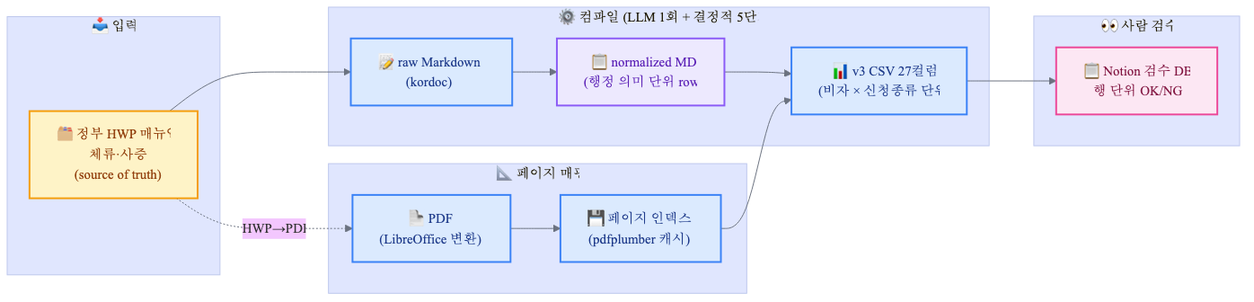
The Mermaid diagram docs/diagrams/architecture_overview.png in jhkim0602/-Vizabridge-IT-AI-, before a commit. Its source is kept beside it as docs/diagrams/architecture_overview.mmd. Its diagram source:
```mermaid
%%{init: {'theme': 'base', 'themeVariables': {'fontFamily': 'Apple SD Gothic Neo, Noto Sans KR, sans-serif', 'primaryColor': '#fef3c7', 'primaryBorderColor': '#f59e0b', 'lineColor': '#6b7280', 'fontSize': '15px'}}}%%
flowchart LR
    classDef source fill:#fef3c7,stroke:#f59e0b,stroke-width:2px,color:#92400e
    classDef llm fill:#ede9fe,stroke:#8b5cf6,stroke-width:2px,color:#5b21b6
    classDef det fill:#dbeafe,stroke:#3b82f6,stroke-width:2px,color:#1e3a8a
    classDef out fill:#d1fae5,stroke:#10b981,stroke-width:2px,color:#064e3b
    classDef rev fill:#fce7f3,stroke:#ec4899,stroke-width:2px,color:#831843

    subgraph S1["📥 입력"]
        HWP["🗂️ 정부 HWP 매뉴얼<br/>체류·사증<br/>(source of truth)"]:::source
    end

    subgraph S2["⚙️ 컴파일 (LLM 1회 + 결정적 5단계)"]
        direction TB
        MD["📝 raw Markdown<br/>(kordoc)"]:::det
        NORM["📋 normalized MD<br/>(행정 의미 단위 row)"]:::llm
        CSV["📊 v3 CSV 27컬럼<br/>(비자 × 신청종류 단위)"]:::det
        MD --> NORM --> CSV
    end

    subgraph S3["📐 페이지 매핑"]
        direction TB
        PDF["📄 PDF<br/>(LibreOffice 변환)"]:::det
        PAGES["💾 페이지 인덱스<br/>(pdfplumber 캐시)"]:::det
        PDF --> PAGES
    end

    subgraph S4["👀 사람 검수"]
        REV["📋 Notion 검수 DB<br/>행 단위 OK/NG"]:::rev
    end

    HWP --> MD
    HWP -.HWP→PDF.-> PDF
    PAGES --> CSV
    CSV --> REV
```
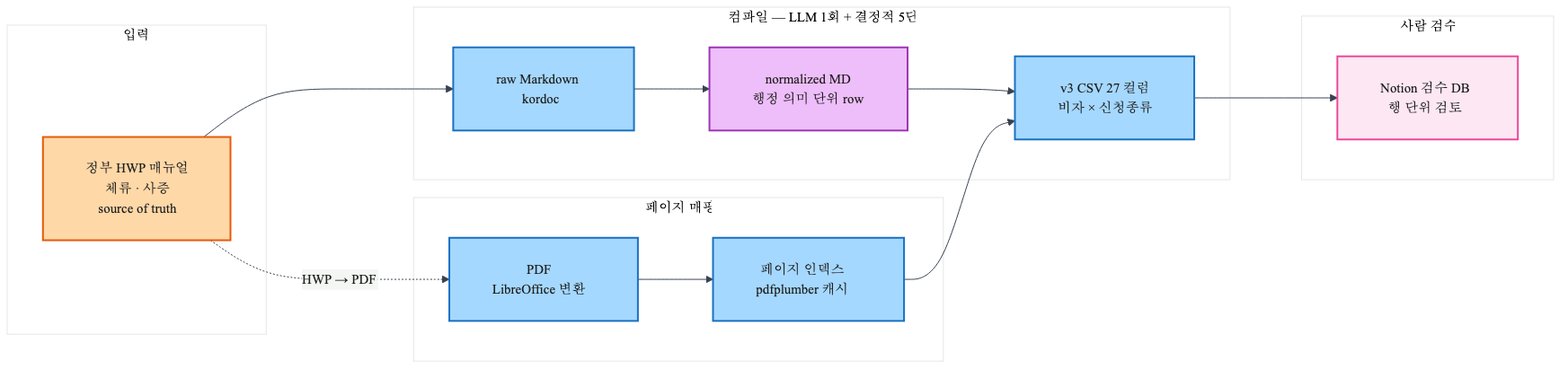
Later version of the same file.

What changed in the source:
```diff
@@ -1,35 +1,35 @@
-%%{init: {'theme': 'base', 'themeVariables': {'fontFamily': 'Apple SD Gothic Neo, Noto Sans KR, sans-serif', 'primaryColor': '#fef3c7', 'primaryBorderColor': '#f59e0b', 'lineColor': '#6b7280', 'fontSize': '15px'}}}%%
+%%{init: {'theme': 'base', 'themeVariables': {'fontFamily': 'Helvetica, sans-serif', 'fontSize': '15px', 'primaryColor': '#f3f4f6', 'primaryTextColor': '#1e1e1e', 'primaryBorderColor': '#374151', 'lineColor': '#374151'}, 'flowchart': {'curve': 'basis', 'padding': 24, 'nodeSpacing': 70, 'rankSpacing': 80}}}%%
 flowchart LR
-    classDef source fill:#fef3c7,stroke:#f59e0b,stroke-width:2px,color:#92400e
-    classDef llm fill:#ede9fe,stroke:#8b5cf6,stroke-width:2px,color:#5b21b6
-    classDef det fill:#dbeafe,stroke:#3b82f6,stroke-width:2px,color:#1e3a8a
-    classDef out fill:#d1fae5,stroke:#10b981,stroke-width:2px,color:#064e3b
-    classDef rev fill:#fce7f3,stroke:#ec4899,stroke-width:2px,color:#831843
+    classDef source fill:#ffd8a8,stroke:#e8590c,stroke-width:2px,color:#1e1e1e
+    classDef llm fill:#eebefa,stroke:#9c36b5,stroke-width:2px,color:#1e1e1e
+    classDef det fill:#a5d8ff,stroke:#1971c2,stroke-width:2px,color:#1e1e1e
+    classDef out fill:#b2f2bb,stroke:#2f9e44,stroke-width:2px,color:#1e1e1e
+    classDef rev fill:#fce7f3,stroke:#ec4899,stroke-width:2px,color:#1e1e1e
 
-    subgraph S1["📥 입력"]
-        HWP["🗂️ 정부 HWP 매뉴얼<br/>체류·사증<br/>(source of truth)"]:::source
+    subgraph S1["입력&nbsp;"]
+        HWP["정부 HWP 매뉴얼&nbsp;&nbsp;<br/>체류 · 사증&nbsp;&nbsp;<br/>source of truth&nbsp;&nbsp;"]:::source
     end
 
-    subgraph S2["⚙️ 컴파일 (LLM 1회 + 결정적 5단계)"]
+    subgraph S2["컴파일 — LLM 1회 + 결정적 5단계&nbsp;"]
         direction TB
-        MD["📝 raw Markdown<br/>(kordoc)"]:::det
-        NORM["📋 normalized MD<br/>(행정 의미 단위 row)"]:::llm
-        CSV["📊 v3 CSV 27컬럼<br/>(비자 × 신청종류 단위)"]:::det
+        MD["raw Markdown&nbsp;&nbsp;<br/>kordoc"]:::det
+        NORM["normalized MD&nbsp;&nbsp;<br/>행정 의미 단위 row&nbsp;&nbsp;"]:::llm
+        CSV["v3 CSV 27 컬럼&nbsp;&nbsp;<br/>비자 × 신청종류&nbsp;&nbsp;"]:::det
         MD --> NORM --> CSV
     end
 
-    subgraph S3["📐 페이지 매핑"]
+    subgraph S3["페이지 매핑&nbsp;"]
         direction TB
-        PDF["📄 PDF<br/>(LibreOffice 변환)"]:::det
-        PAGES["💾 페이지 인덱스<br/>(pdfplumber 캐시)"]:::det
+        PDF["PDF&nbsp;&nbsp;<br/>LibreOffice 변환&nbsp;&nbsp;"]:::det
+        PAGES["페이지 인덱스&nbsp;&nbsp;<br/>pdfplumber 캐시&nbsp;&nbsp;"]:::det
         PDF --> PAGES
     end
 
-    subgraph S4["👀 사람 검수"]
-        REV["📋 Notion 검수 DB<br/>행 단위 OK/NG"]:::rev
+    subgraph S4["사람 검수&nbsp;"]
+        REV["Notion 검수 DB&nbsp;&nbsp;<br/>행 단위 검토&nbsp;&nbsp;"]:::rev
     end
 
     HWP --> MD
-    HWP -.HWP→PDF.-> PDF
+    HWP -.->|"HWP &rarr; PDF&nbsp;"| PDF
     PAGES --> CSV
     CSV --> REV
```
